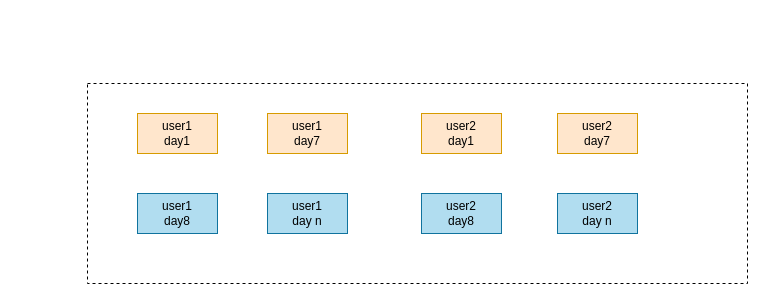
Before: doc/未命名绘图.drawio in jackjoesh/databend, a draw.io diagram. Source tidied: cells renumbered, new cells numbered last; positions are measured from the earlier drawing's top-left corner, leaving out a move shared by most shapes. Both pictures are drawn from the tidied source at 100%, with x=0, y=0 at pixel (87, 83).
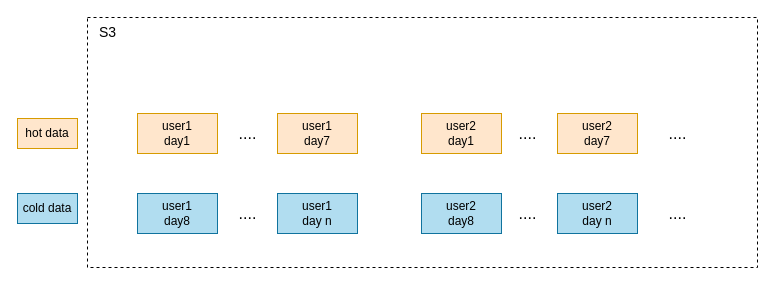
The same diagram, later.

Commit message:
用户行为日志现状.drawio

Diff of the diagram source:
```diff
@@
 <mxGraphModel>
   <root>
     <mxCell id="0" />
     <mxCell id="1" parent="0" />
     <mxCell id="2" style="rounded=0;whiteSpace=wrap;html=1;dashed=1;" parent="1" vertex="1">
-      <mxGeometry width="660" height="200" as="geometry" />
+      <mxGeometry y="-66" width="670" height="250" as="geometry" />
     </mxCell>
     <mxCell id="3" value="user1&lt;br&gt;day1" style="rounded=0;whiteSpace=wrap;html=1;fillColor=#ffe6cc;strokeColor=#d79b00;" parent="1" vertex="1">
       <mxGeometry x="50" y="30" width="80" height="40" as="geometry" />
     </mxCell>
     <mxCell id="4" value="user1&lt;br&gt;day7" style="rounded=0;whiteSpace=wrap;html=1;fillColor=#ffe6cc;strokeColor=#d79b00;" parent="1" vertex="1">
-      <mxGeometry x="180" y="30" width="80" height="40" as="geometry" />
+      <mxGeometry x="190" y="30" width="80" height="40" as="geometry" />
     </mxCell>
     <mxCell id="5" value="user2&lt;br&gt;day1" style="rounded=0;whiteSpace=wrap;html=1;fillColor=#ffe6cc;strokeColor=#d79b00;" parent="1" vertex="1">
       <mxGeometry x="334" y="30" width="80" height="40" as="geometry" />
     </mxCell>
     <mxCell id="6" value="user2&lt;br&gt;day7" style="rounded=0;whiteSpace=wrap;html=1;fillColor=#ffe6cc;strokeColor=#d79b00;" parent="1" vertex="1">
       <mxGeometry x="470" y="30" width="80" height="40" as="geometry" />
     </mxCell>
     <mxCell id="7" value="user1&lt;br&gt;day8" style="rounded=0;whiteSpace=wrap;html=1;fillColor=#b1ddf0;strokeColor=#10739e;" parent="1" vertex="1">
       <mxGeometry x="50" y="110" width="80" height="40" as="geometry" />
     </mxCell>
     <mxCell id="8" value="user1&lt;br&gt;day n" style="rounded=0;whiteSpace=wrap;html=1;fillColor=#b1ddf0;strokeColor=#10739e;" parent="1" vertex="1">
-      <mxGeometry x="180" y="110" width="80" height="40" as="geometry" />
+      <mxGeometry x="190" y="110" width="80" height="40" as="geometry" />
     </mxCell>
     <mxCell id="9" value="user2&lt;br&gt;day8" style="rounded=0;whiteSpace=wrap;html=1;fillColor=#b1ddf0;strokeColor=#10739e;" parent="1" vertex="1">
       <mxGeometry x="334" y="110" width="80" height="40" as="geometry" />
     </mxCell>
     <mxCell id="10" value="user2&lt;br&gt;day n" style="rounded=0;whiteSpace=wrap;html=1;fillColor=#b1ddf0;strokeColor=#10739e;" parent="1" vertex="1">
       <mxGeometry x="470" y="110" width="80" height="40" as="geometry" />
     </mxCell>
+    <mxCell id="11" value="hot data" style="rounded=0;whiteSpace=wrap;html=1;fillColor=#ffe6cc;strokeColor=#d79b00;" parent="1" vertex="1">
+      <mxGeometry x="-70" y="35" width="60" height="30" as="geometry" />
+    </mxCell>
+    <mxCell id="12" value="cold data" style="rounded=0;whiteSpace=wrap;html=1;fillColor=#b1ddf0;strokeColor=#10739e;" parent="1" vertex="1">
+      <mxGeometry x="-70" y="110" width="60" height="30" as="geometry" />
+    </mxCell>
+    <mxCell id="13" value="S3" style="text;html=1;align=center;verticalAlign=middle;fillColor=none;strokeColor=none;rounded=0;fontSize=14;" parent="1" vertex="1">
+      <mxGeometry y="-66" width="40" height="30" as="geometry" />
+    </mxCell>
+    <mxCell id="14" value="...." style="text;html=1;align=center;verticalAlign=middle;fillColor=none;strokeColor=none;rounded=0;fontSize=16;" parent="1" vertex="1">
+      <mxGeometry x="140" y="35" width="40" height="30" as="geometry" />
+    </mxCell>
+    <mxCell id="15" value="...." style="text;html=1;align=center;verticalAlign=middle;fillColor=none;strokeColor=none;rounded=0;fontSize=16;" parent="1" vertex="1">
+      <mxGeometry x="420" y="35" width="40" height="30" as="geometry" />
+    </mxCell>
+    <mxCell id="16" value="...." style="text;html=1;align=center;verticalAlign=middle;fillColor=none;strokeColor=none;rounded=0;fontSize=16;" parent="1" vertex="1">
+      <mxGeometry x="570" y="35" width="40" height="30" as="geometry" />
+    </mxCell>
+    <mxCell id="17" value="...." style="text;html=1;align=center;verticalAlign=middle;fillColor=none;strokeColor=none;rounded=0;fontSize=16;" parent="1" vertex="1">
+      <mxGeometry x="140" y="115" width="40" height="30" as="geometry" />
+    </mxCell>
+    <mxCell id="18" value="...." style="text;html=1;align=center;verticalAlign=middle;fillColor=none;strokeColor=none;rounded=0;fontSize=16;" parent="1" vertex="1">
+      <mxGeometry x="420" y="115" width="40" height="30" as="geometry" />
+    </mxCell>
+    <mxCell id="19" value="...." style="text;html=1;align=center;verticalAlign=middle;fillColor=none;strokeColor=none;rounded=0;fontSize=16;" parent="1" vertex="1">
+      <mxGeometry x="570" y="115" width="40" height="30" as="geometry" />
+    </mxCell>
   </root>
 </mxGraphModel>
```
